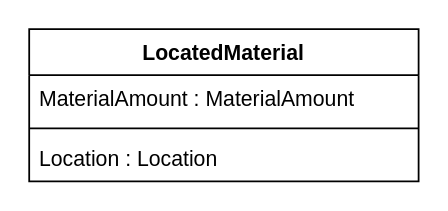
The draw.io diagram Assets/UML_Diagrams/LocatedMaterial.drawio in ProgramacionII-Equipo3/Proyecto, before the edit. Source tidied: cells renumbered, new cells numbered last; positions are measured from the earlier drawing's top-left corner, leaving out a move shared by most shapes. Both pictures are drawn from the tidied source at 177%, with x=0, y=0 at pixel (28, 28).
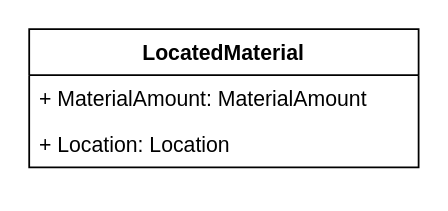
Above is the later version.

Diff of the diagram source:
```diff
@@
 <mxGraphModel>
   <root>
     <mxCell id="0" />
     <mxCell id="1" parent="0" />
     <mxCell id="2" value="LocatedMaterial" style="swimlane;fontStyle=1;align=center;verticalAlign=top;horizontal=1;startSize=26;" parent="1" vertex="1">
-      <mxGeometry width="220" height="86" as="geometry" />
+      <mxGeometry width="220" height="78" as="geometry" />
     </mxCell>
-    <mxCell id="3" value="MaterialAmount : MaterialAmount" style="text;strokeColor=none;fillColor=none;align=left;verticalAlign=top;spacingLeft=4;spacingRight=4;overflow=hidden;" parent="2" vertex="1">
+    <mxCell id="3" value="+ MaterialAmount: MaterialAmount" style="text;strokeColor=none;fillColor=none;align=left;verticalAlign=top;spacingLeft=4;spacingRight=4;overflow=hidden;" parent="2" vertex="1">
       <mxGeometry y="26" width="220" height="26" as="geometry" />
     </mxCell>
-    <mxCell id="4" style="line;strokeWidth=1;fillColor=none;align=left;verticalAlign=middle;spacingTop=-1;spacingLeft=3;spacingRight=3;labelPosition=right;" parent="2" vertex="1">
-      <mxGeometry y="52" width="220" height="8" as="geometry" />
-    </mxCell>
-    <mxCell id="5" value="Location : Location" style="text;strokeColor=none;fillColor=none;align=left;verticalAlign=top;spacingLeft=4;spacingRight=4;overflow=hidden;" parent="2" vertex="1">
-      <mxGeometry y="60" width="220" height="26" as="geometry" />
+    <mxCell id="5" value="+ Location: Location" style="text;strokeColor=none;fillColor=none;align=left;verticalAlign=top;spacingLeft=4;spacingRight=4;overflow=hidden;" parent="2" vertex="1">
+      <mxGeometry y="52" width="220" height="26" as="geometry" />
     </mxCell>
   </root>
 </mxGraphModel>
```
